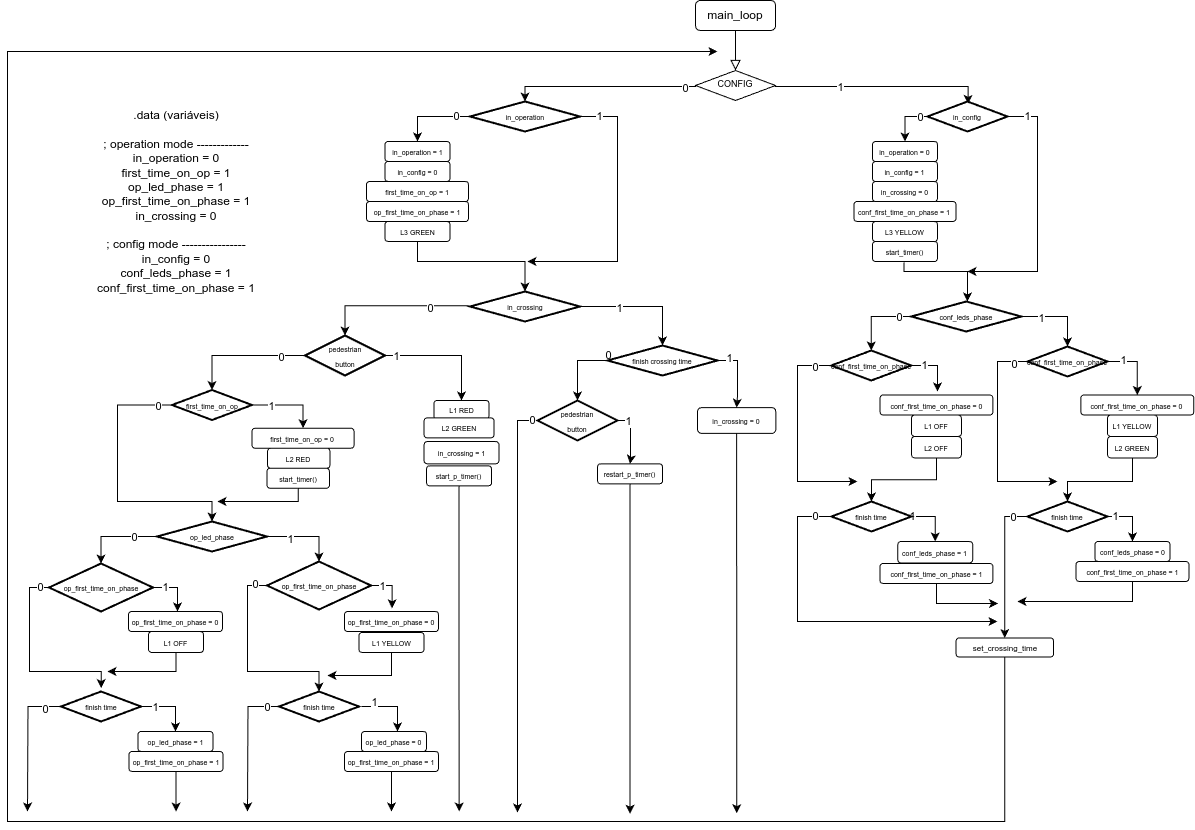
oicnanev/CompArch-ISEL-2324 keeps this draw.io diagram as Assignments/Assignment_4/stateMachine.drawio.png. Above is the earlier version. Source tidied: cells renumbered, new cells last; positions are measured from the earlier drawing's top-left corner, leaving out a move shared by most shapes.
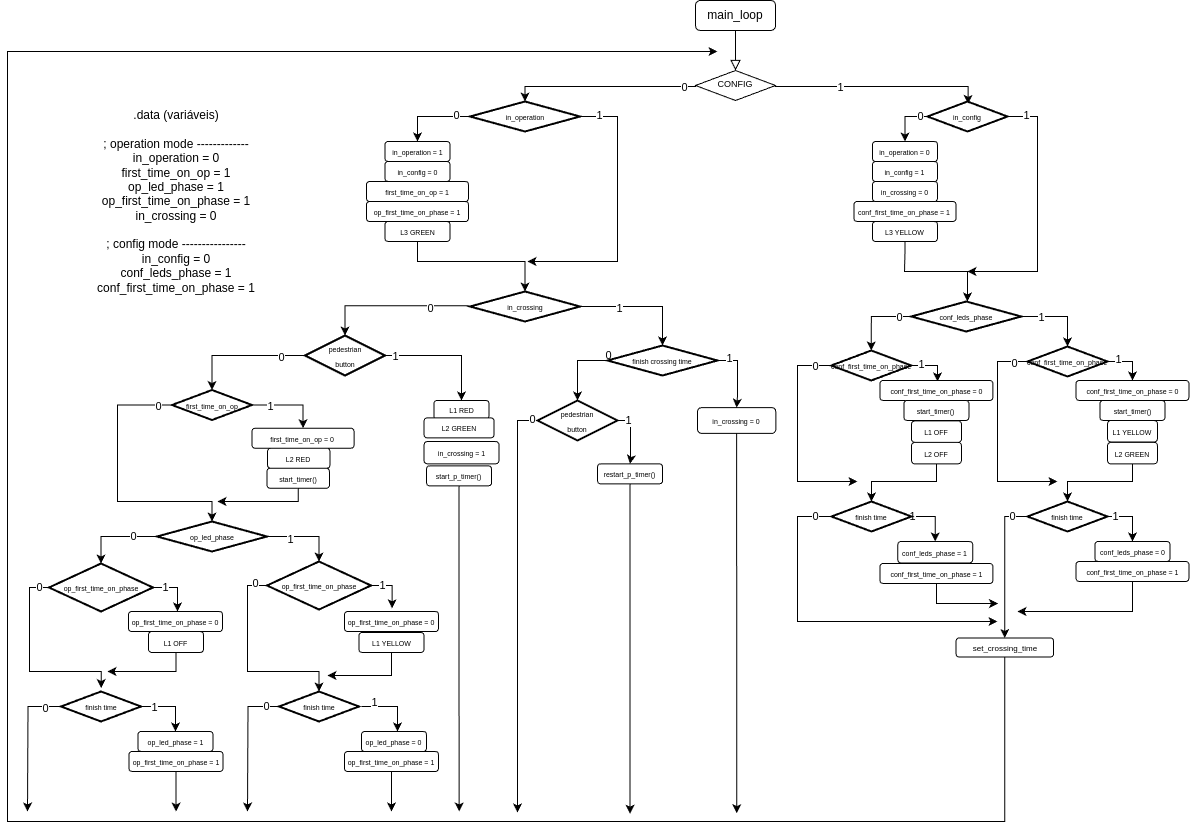
The same diagram one commit later.

Commit message:
rebuild statemachine draw

Diff of the diagram source:
```diff
@@ -194,10 +194,10 @@
       <mxGeometry x="903.8" y="301" width="110" height="30" as="geometry" />
     </mxCell>
     <mxCell id="48" value="&lt;font style=&quot;font-size: 7px;&quot;&gt;L1 OFF&lt;/font&gt;" style="rounded=1;whiteSpace=wrap;html=1;fontSize=12;glass=0;strokeWidth=1;shadow=0;" parent="1" vertex="1">
-      <mxGeometry x="904" y="414.5" width="50" height="21.5" as="geometry" />
+      <mxGeometry x="904" y="420.4" width="50" height="21.5" as="geometry" />
     </mxCell>
     <mxCell id="49" value="&lt;font style=&quot;font-size: 7px;&quot;&gt;L2 OFF&lt;/font&gt;" style="rounded=1;whiteSpace=wrap;html=1;fontSize=12;glass=0;strokeWidth=1;shadow=0;" parent="1" vertex="1">
-      <mxGeometry x="904" y="436" width="50" height="21.5" as="geometry" />
+      <mxGeometry x="904" y="441.9" width="50" height="21.5" as="geometry" />
     </mxCell>
     <mxCell id="50" style="edgeStyle=orthogonalEdgeStyle;rounded=0;jettySize=auto;html=1;exitX=0;exitY=0.5;exitDx=0;exitDy=0;exitPerimeter=0;" parent="1" edge="1" source="54">
       <mxGeometry relative="1" as="geometry">
@@ -228,19 +228,21 @@
     <mxCell id="55" value="&lt;font style=&quot;font-size: 7px;&quot;&gt;conf_leds_phase = 1&lt;/font&gt;" style="rounded=1;whiteSpace=wrap;html=1;fontSize=12;glass=0;strokeWidth=1;shadow=0;" parent="1" vertex="1">
       <mxGeometry x="890.2" y="541" width="75" height="21.5" as="geometry" />
     </mxCell>
-    <mxCell id="56" style="edgeStyle=orthogonalEdgeStyle;rounded=0;jettySize=auto;html=1;exitX=0.484;exitY=1.044;exitDx=0;exitDy=0;exitPerimeter=0;entryX=0.511;entryY=0;entryDx=0;entryDy=0;entryPerimeter=0;" parent="1" edge="1" source="123" target="47">
+    <mxCell id="56" style="edgeStyle=orthogonalEdgeStyle;rounded=0;jettySize=auto;html=1;entryX=0.511;entryY=0;entryDx=0;entryDy=0;entryPerimeter=0;exitX=0.5;exitY=1;exitDx=0;exitDy=0;" parent="1" edge="1" source="31" target="47">
       <mxGeometry relative="1" as="geometry">
         <Array as="points">
+          <mxPoint x="898" y="251" />
+          <mxPoint x="897" y="251" />
           <mxPoint x="897" y="271" />
           <mxPoint x="960" y="271" />
         </Array>
       </mxGeometry>
     </mxCell>
     <mxCell id="57" value="&lt;font style=&quot;font-size: 7px;&quot;&gt;L1 YELLOW&lt;/font&gt;" style="rounded=1;whiteSpace=wrap;html=1;fontSize=12;glass=0;strokeWidth=1;shadow=0;" parent="1" vertex="1">
-      <mxGeometry x="1100" y="414.5" width="50" height="21.5" as="geometry" />
+      <mxGeometry x="1100" y="420" width="50" height="21.5" as="geometry" />
     </mxCell>
     <mxCell id="58" value="&lt;font style=&quot;font-size: 7px;&quot;&gt;L2 GREEN&lt;/font&gt;" style="rounded=1;whiteSpace=wrap;html=1;fontSize=12;glass=0;strokeWidth=1;shadow=0;" parent="1" vertex="1">
-      <mxGeometry x="1100" y="436" width="50" height="21.5" as="geometry" />
+      <mxGeometry x="1100" y="441.9" width="50" height="21.5" as="geometry" />
     </mxCell>
     <mxCell id="59" style="edgeStyle=orthogonalEdgeStyle;rounded=0;jettySize=auto;html=1;exitX=1;exitY=0.5;exitDx=0;exitDy=0;exitPerimeter=0;entryX=0.5;entryY=0;entryDx=0;entryDy=0;" parent="1" edge="1" source="63" target="64">
       <mxGeometry relative="1" as="geometry" />
@@ -450,7 +452,7 @@
     </mxCell>
     <mxCell id="107" style="edgeStyle=orthogonalEdgeStyle;rounded=0;jettySize=auto;html=1;exitX=1;exitY=0.5;exitDx=0;exitDy=0;exitPerimeter=0;" parent="1" edge="1" source="111">
       <mxGeometry relative="1" as="geometry">
-        <mxPoint x="930" y="391" as="targetPoint" />
+        <mxPoint x="930" y="381" as="targetPoint" />
       </mxGeometry>
     </mxCell>
     <mxCell id="108" value="1" style="edgeLabel;html=1;align=center;verticalAlign=middle;" parent="107" vertex="1">
@@ -472,7 +474,7 @@
       <mxGeometry x="823.8" y="350" width="80" height="30" as="geometry" />
     </mxCell>
     <mxCell id="112" value="&lt;font style=&quot;font-size: 7px;&quot;&gt;conf_first_time_on_phase = 0&lt;/font&gt;" style="rounded=1;whiteSpace=wrap;html=1;fontSize=12;glass=0;strokeWidth=1;shadow=0;" parent="1" vertex="1">
-      <mxGeometry x="872.5" y="394.5" width="112.9" height="20" as="geometry" />
+      <mxGeometry x="872.5" y="380" width="112.9" height="20" as="geometry" />
     </mxCell>
     <mxCell id="113" style="edgeStyle=orthogonalEdgeStyle;rounded=0;jettySize=auto;html=1;exitX=1;exitY=0.5;exitDx=0;exitDy=0;exitPerimeter=0;entryX=0.5;entryY=0;entryDx=0;entryDy=0;" parent="1" edge="1" source="117" target="124">
       <mxGeometry relative="1" as="geometry" />
@@ -507,7 +509,12 @@
       <mxGeometry x="377.5" y="161" width="65" height="20" as="geometry" />
     </mxCell>
     <mxCell id="120" style="edgeStyle=orthogonalEdgeStyle;rounded=0;jettySize=auto;html=1;exitX=0.5;exitY=1;exitDx=0;exitDy=0;entryX=0.5;entryY=0;entryDx=0;entryDy=0;entryPerimeter=0;" parent="1" edge="1" source="49" target="54">
-      <mxGeometry relative="1" as="geometry" />
+      <mxGeometry relative="1" as="geometry">
+        <Array as="points">
+          <mxPoint x="929" y="481" />
+          <mxPoint x="864" y="481" />
+        </Array>
+      </mxGeometry>
     </mxCell>
     <mxCell id="121" value="&lt;font style=&quot;font-size: 7px;&quot;&gt;conf_first_time_on_phase = 1&lt;/font&gt;" style="rounded=1;whiteSpace=wrap;html=1;fontSize=12;glass=0;strokeWidth=1;shadow=0;" parent="1" vertex="1">
       <mxGeometry x="846.5" y="201" width="102.1" height="20" as="geometry" />
@@ -516,10 +523,10 @@
       <mxGeometry x="865" y="181" width="65" height="20" as="geometry" />
     </mxCell>
     <mxCell id="123" value="&lt;font style=&quot;font-size: 7px;&quot;&gt;start_timer()&lt;/font&gt;" style="rounded=1;whiteSpace=wrap;html=1;fontSize=12;glass=0;strokeWidth=1;shadow=0;" parent="1" vertex="1">
-      <mxGeometry x="865" y="241" width="65" height="20" as="geometry" />
+      <mxGeometry x="1092.5" y="400" width="65" height="20" as="geometry" />
     </mxCell>
     <mxCell id="124" value="&lt;font style=&quot;font-size: 7px;&quot;&gt;conf_first_time_on_phase = 0&lt;/font&gt;" style="rounded=1;whiteSpace=wrap;html=1;fontSize=12;glass=0;strokeWidth=1;shadow=0;" parent="1" vertex="1">
-      <mxGeometry x="1073.3" y="394.5" width="112.9" height="20" as="geometry" />
+      <mxGeometry x="1068.5" y="380" width="112.9" height="20" as="geometry" />
     </mxCell>
     <mxCell id="125" style="edgeStyle=orthogonalEdgeStyle;rounded=0;jettySize=auto;html=1;exitX=0.5;exitY=1;exitDx=0;exitDy=0;" parent="1" edge="1" source="126">
       <mxGeometry relative="1" as="geometry">
@@ -531,9 +538,9 @@
     </mxCell>
     <mxCell id="127" style="edgeStyle=orthogonalEdgeStyle;rounded=0;jettySize=auto;html=1;exitX=0.5;exitY=1;exitDx=0;exitDy=0;" parent="1" edge="1" source="128">
       <mxGeometry relative="1" as="geometry">
-        <mxPoint x="1010" y="601" as="targetPoint" />
+        <mxPoint x="1010" y="611" as="targetPoint" />
         <Array as="points">
-          <mxPoint x="1125" y="601" />
+          <mxPoint x="1125" y="611" />
         </Array>
       </mxGeometry>
     </mxCell>
@@ -635,5 +642,8 @@
     <mxCell id="148" value="&lt;font style=&quot;font-size: 7px;&quot;&gt;in_crossing = 0&lt;/font&gt;" style="rounded=1;whiteSpace=wrap;html=1;fontSize=12;glass=0;strokeWidth=1;shadow=0;" parent="1" vertex="1">
       <mxGeometry x="690" y="407.1" width="78.3" height="25.8" as="geometry" />
     </mxCell>
+    <mxCell id="149" value="&lt;font style=&quot;font-size: 7px;&quot;&gt;start_timer()&lt;/font&gt;" style="rounded=1;whiteSpace=wrap;html=1;fontSize=12;glass=0;strokeWidth=1;shadow=0;" parent="1" vertex="1">
+      <mxGeometry x="896.5" y="400" width="65" height="20" as="geometry" />
+    </mxCell>
   </root>
 </mxGraphModel>
```
